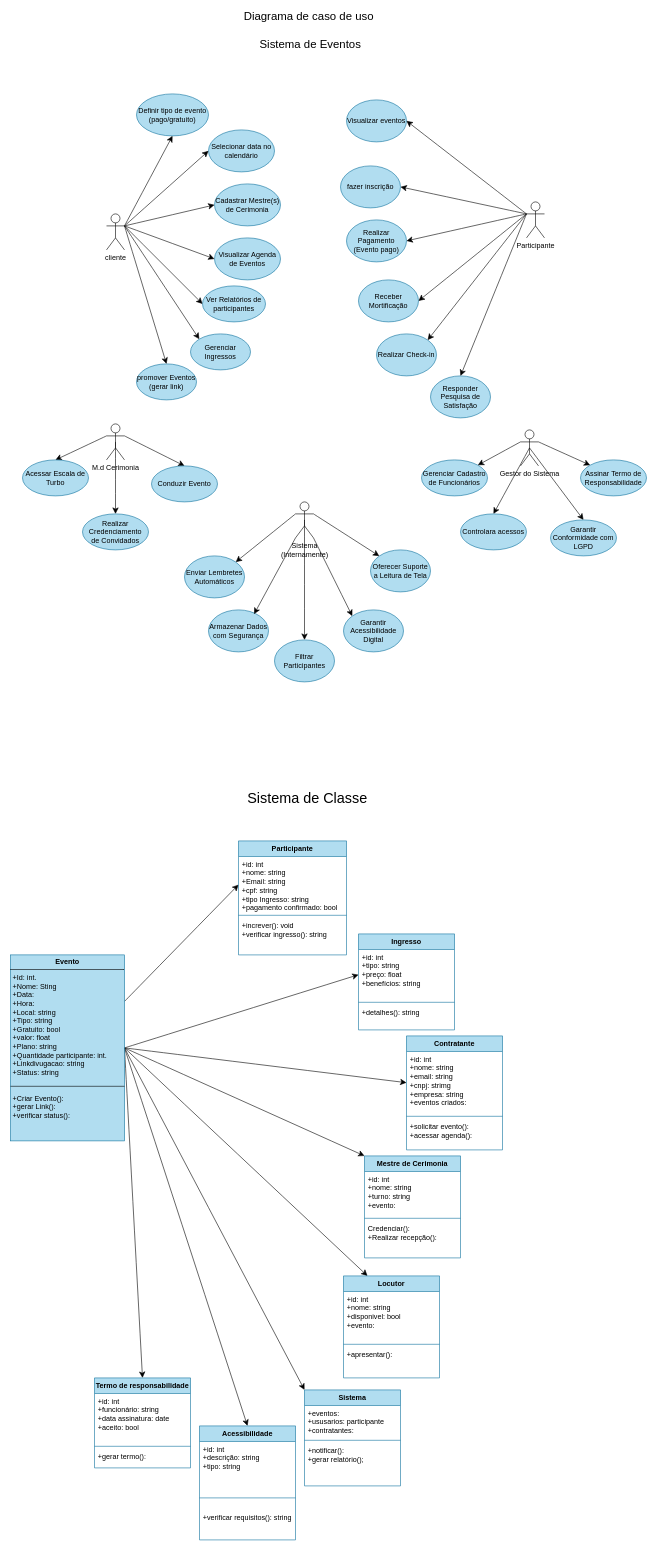
The draw.io diagram diagramaderequisitos.drawio in jkkauany/diagramaderequisitos, before the edit. Source tidied: cells renumbered, new cells numbered last; positions are measured from the earlier drawing's top-left corner, leaving out a move shared by most shapes. Both pictures are drawn from the tidied source at 60%, with x=0, y=0 at pixel (10, 22).
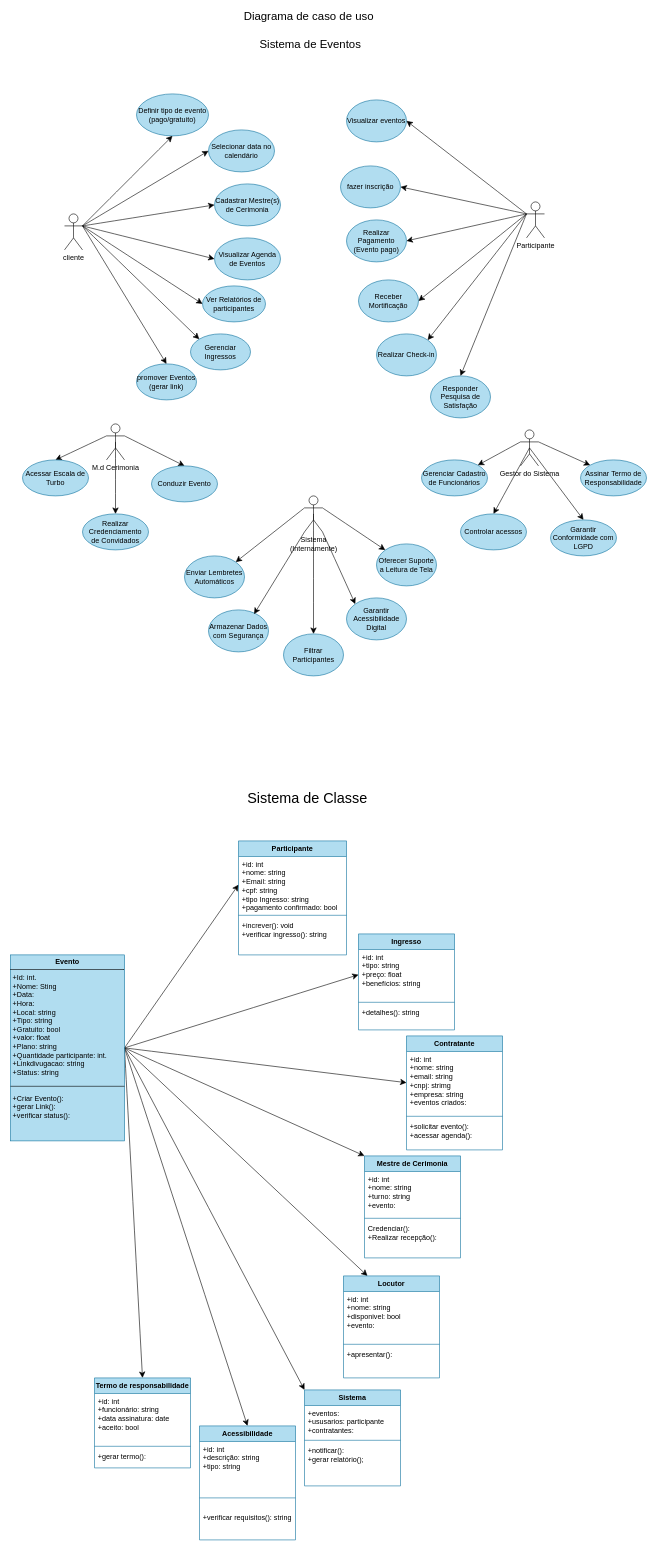
The same diagram, later.

Unchanged cells that the change refers to:
```xml
<mxCell id="68" value="&lt;p style=&quot;margin:0px;margin-top:4px;text-align:center;&quot;&gt;&lt;b&gt;Evento&lt;/b&gt;&lt;/p&gt;&lt;hr size=&quot;1&quot; style=&quot;border-style:solid;&quot;&gt;&lt;p style=&quot;margin:0px;margin-left:4px;&quot;&gt;&lt;/p&gt;&lt;p style=&quot;margin:0px;margin-left:4px;&quot;&gt;+Id: int.&lt;/p&gt;&lt;p style=&quot;margin:0px;margin-left:4px;&quot;&gt;+Nome: Sting&lt;/p&gt;&lt;p style=&quot;margin:0px;margin-left:4px;&quot;&gt;+Data:&lt;/p&gt;&lt;p style=&quot;margin:0px;margin-left:4px;&quot;&gt;+Hora:&lt;/p&gt;&lt;p style=&quot;margin:0px;margin-left:4px;&quot;&gt;+Local:&amp;nbsp;&lt;span style=&quot;background-color: transparent; color: light-dark(rgb(0, 0, 0), rgb(255, 255, 255));&quot;&gt;string&lt;/span&gt;&lt;/p&gt;&lt;p style=&quot;margin:0px;margin-left:4px;&quot;&gt;+Tipo: string&lt;/p&gt;&lt;p style=&quot;margin:0px;margin-left:4px;&quot;&gt;+Gratuito: bool&lt;/p&gt;&lt;p style=&quot;margin:0px;margin-left:4px;&quot;&gt;+valor: float&lt;/p&gt;&lt;p style=&quot;margin:0px;margin-left:4px;&quot;&gt;+Plano: string&lt;/p&gt;&lt;p style=&quot;margin:0px;margin-left:4px;&quot;&gt;+Quantidade participante: int.&lt;/p&gt;&lt;p style=&quot;margin:0px;margin-left:4px;&quot;&gt;+Linkdivugacao: string&lt;/p&gt;&lt;p style=&quot;margin:0px;margin-left:4px;&quot;&gt;+Status: string&lt;/p&gt;&lt;p style=&quot;margin:0px;margin-left:4px;&quot;&gt;&lt;br&gt;&lt;/p&gt;&lt;p style=&quot;margin:0px;margin-left:4px;&quot;&gt;&lt;br&gt;&lt;/p&gt;&lt;p style=&quot;margin:0px;margin-left:4px;&quot;&gt;+Criar Evento():&lt;/p&gt;&lt;p style=&quot;margin:0px;margin-left:4px;&quot;&gt;+gerar Link():&lt;/p&gt;&lt;p style=&quot;margin:0px;margin-left:4px;&quot;&gt;+verificar status():&lt;/p&gt;&lt;p style=&quot;margin:0px;margin-left:4px;&quot;&gt;&lt;br&gt;&lt;/p&gt;&lt;p style=&quot;margin:0px;margin-left:4px;&quot;&gt;&lt;br&gt;&lt;/p&gt;" style="verticalAlign=top;align=left;overflow=fill;html=1;whiteSpace=wrap;fillColor=#b1ddf0;strokeColor=#10739e;" parent="1" vertex="1">
  <mxGeometry y="1555" width="190" height="310" as="geometry" />
</mxCell>
<mxCell id="71" value="+id: int&lt;div&gt;+nome: string&lt;/div&gt;&lt;div&gt;+Email: string&lt;/div&gt;&lt;div&gt;+cpf: string&lt;/div&gt;&lt;div&gt;+tipo Ingresso: string&lt;/div&gt;&lt;div&gt;+pagamento confirmado: bool&lt;/div&gt;" style="text;strokeColor=none;fillColor=none;align=left;verticalAlign=top;spacingLeft=4;spacingRight=4;overflow=hidden;points=[[0,0.5],[1,0.5]];portConstraint=eastwest;whiteSpace=wrap;html=1;" parent="70" vertex="1">
  <mxGeometry y="26" width="180" height="94" as="geometry" />
</mxCell>
```

Diff of the diagram source:
```diff
@@
     <mxCell id="3" value="cliente" style="shape=umlActor;verticalLabelPosition=bottom;verticalAlign=top;html=1;outlineConnect=0;" parent="1" vertex="1">
-      <mxGeometry x="160" y="320" width="30" height="60" as="geometry" />
+      <mxGeometry x="90" y="320" width="30" height="60" as="geometry" />
     </mxCell>
@@
-    <mxCell id="44" value="Controlara acessos" style="ellipse;whiteSpace=wrap;html=1;fillColor=#b1ddf0;strokeColor=#10739e;" parent="1" vertex="1">
+    <mxCell id="44" value="Controlar acessos" style="ellipse;whiteSpace=wrap;html=1;fillColor=#b1ddf0;strokeColor=#10739e;" parent="1" vertex="1">
       <mxGeometry x="750" y="820" width="110" height="60" as="geometry" />
     </mxCell>
@@
     <mxCell id="52" value="Sistema&lt;div&gt;(Internamente)&lt;/div&gt;" style="shape=umlActor;verticalLabelPosition=bottom;verticalAlign=top;html=1;outlineConnect=0;" parent="1" vertex="1">
-      <mxGeometry x="475" y="800" width="30" height="60" as="geometry" />
+      <mxGeometry x="490" y="790" width="30" height="60" as="geometry" />
     </mxCell>
@@
     <mxCell id="55" value="Oferecer Suporte a Leitura de Tela" style="ellipse;whiteSpace=wrap;html=1;fillColor=#b1ddf0;strokeColor=#10739e;" parent="1" vertex="1">
-      <mxGeometry x="600" y="880" width="100" height="70" as="geometry" />
+      <mxGeometry x="610" y="870" width="100" height="70" as="geometry" />
     </mxCell>
     <mxCell id="56" value="Filtrar Participantes" style="ellipse;whiteSpace=wrap;html=1;fillColor=#b1ddf0;strokeColor=#10739e;" parent="1" vertex="1">
-      <mxGeometry x="440" y="1030" width="100" height="70" as="geometry" />
+      <mxGeometry x="455" y="1020" width="100" height="70" as="geometry" />
     </mxCell>
     <mxCell id="57" value="Garantir Acessibilidade Digital" style="ellipse;whiteSpace=wrap;html=1;fillColor=#b1ddf0;strokeColor=#10739e;" parent="1" vertex="1">
-      <mxGeometry x="555" y="980" width="100" height="70" as="geometry" />
+      <mxGeometry x="560" y="960" width="100" height="70" as="geometry" />
     </mxCell>
@@
-    <mxCell id="60" style="edgeStyle=none;curved=1;rounded=0;jettySize=auto;html=1;exitX=1;exitY=0.25;exitDx=0;exitDy=0;entryX=0;entryY=0.5;entryDx=0;entryDy=0;fontSize=12;startSize=8;endSize=8;" parent="1" edge="1" source="68" target="71">
-      <mxGeometry relative="1" as="geometry" />
-    </mxCell>
@@
+    <mxCell id="60" style="edgeStyle=none;curved=1;rounded=0;jettySize=auto;html=1;exitX=1;exitY=0.5;exitDx=0;exitDy=0;entryX=0;entryY=0.5;entryDx=0;entryDy=0;fontSize=12;startSize=8;endSize=8;" parent="1" edge="1" source="68" target="71">
+      <mxGeometry relative="1" as="geometry" />
+    </mxCell>
```
